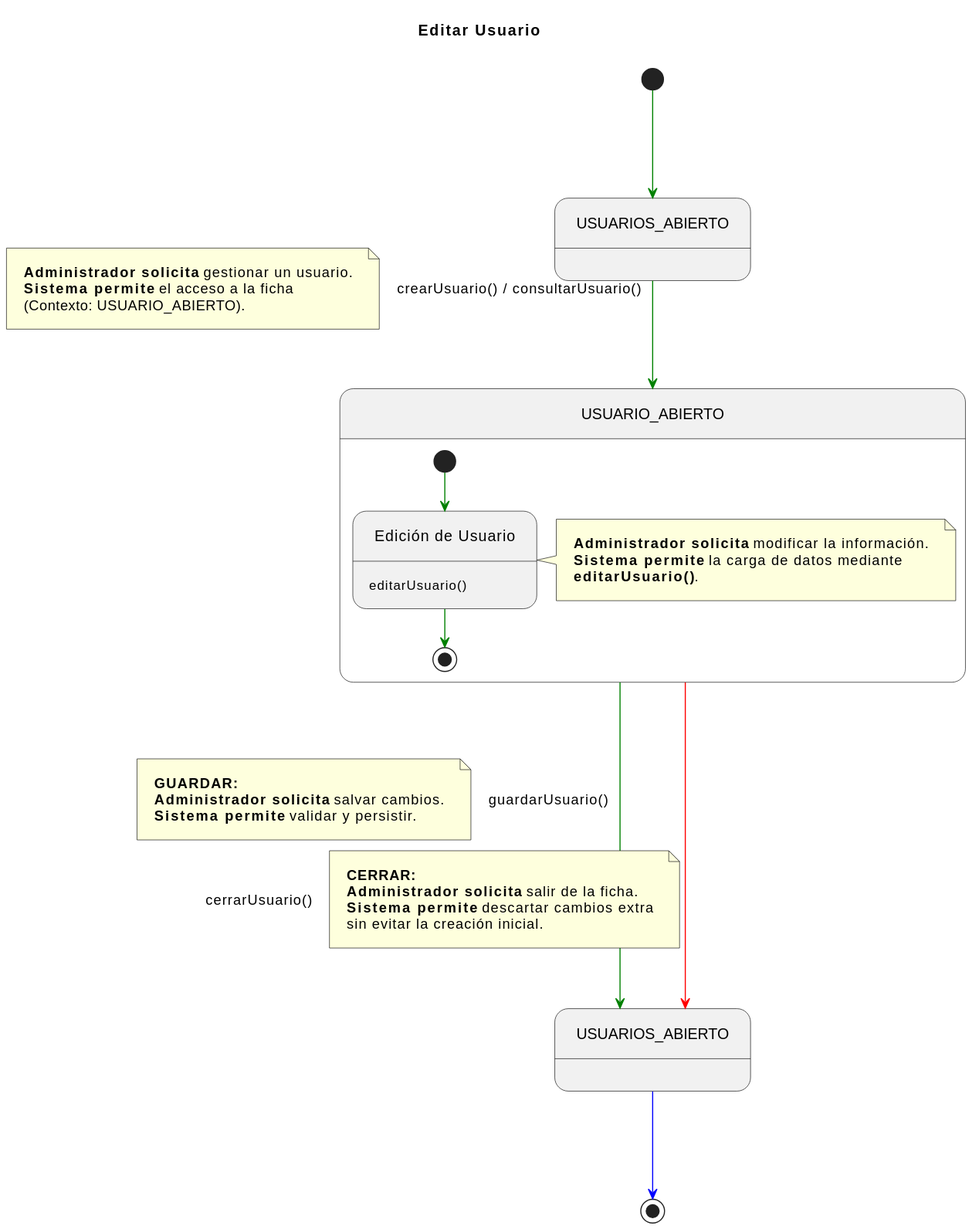
enmabry/25-26-IdSw1-SdR keeps this PlantUML diagram as documents/CasosDeUso/DetalladoCasosDeUso/Administrador/editarUsuario.svg. Above is the earlier version.
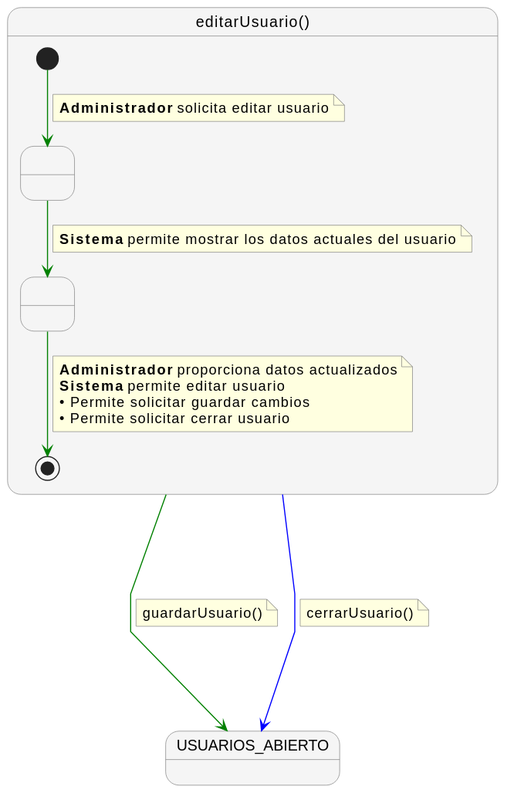
After the commit.

Commit message:
Se actualizaron, los casos de uso de administrador.

What changed in the source:
```diff
@@ -1,54 +1,46 @@
 @startuml
-title Editar Usuario
+skinparam nodesep 60
+skinparam ranksep 60
+skinparam linetype polyline
+skinparam NoteBackgroundColor lightyellow
+skinparam NoteBorderColor gray
+skinparam StateBackgroundColor #F5F5F5
+skinparam StateBorderColor gray
 
-skinparam nodesep 100
-skinparam ranksep 100
-skinparam linetype ortho
-skinparam Padding 10
+state "editarUsuario()" as editarUsuario {
 
-state USUARIOS_ABIERTO_LISTADO    as "USUARIOS_ABIERTO"
-state USUARIO_ABIERTO_COMP        as "USUARIO_ABIERTO"
-state USUARIOS_ABIERTO_FINAL      as "USUARIOS_ABIERTO"
+    state " " as Paso1
+    state " " as Paso2
 
-[*] -[#green]-> USUARIOS_ABIERTO_LISTADO
+    [*] -[#green]-> Paso1
+    note on link
+      <b>Administrador</b> solicita editar usuario
+    end note
 
-USUARIOS_ABIERTO_LISTADO -[#green]-> USUARIO_ABIERTO_COMP : crearUsuario() / consultarUsuario()
-note left on link
-    <b>Administrador solicita</b> gestionar un usuario.
-    <b>Sistema permite</b> el acceso a la ficha
-    (Contexto: USUARIO_ABIERTO).
+    Paso1 -[#green]-> Paso2
+    note on link
+      <b>Sistema</b> permite mostrar los datos actuales del usuario
+    end note
+
+    Paso2 -[#green]-> [*]
+    note on link
+      <b>Administrador</b> proporciona datos actualizados
+      <b>Sistema</b> permite editar usuario
+      • Permite solicitar guardar cambios
+      • Permite solicitar cerrar usuario
+    end note
+}
+
+
+state "USUARIOS_ABIERTO" as USUARIOS_ABIERTO
+
+editarUsuario -[#green]---> USUARIOS_ABIERTO
+note right on link
+  guardarUsuario()
 end note
 
-state USUARIO_ABIERTO_COMP {
-    state ModificacionDatos as "Edición de Usuario"
-
-    ModificacionDatos : editarUsuario()
-
-    [*] -[#green]-> ModificacionDatos
-
-    note right of ModificacionDatos
-        <b>Administrador solicita</b> modificar la información.
-        <b>Sistema permite</b> la carga de datos mediante
-        **editarUsuario()**.
-    end note
-
-    ModificacionDatos -[#green]-> [*]
-}
-
-USUARIO_ABIERTO_COMP -[#green]---> USUARIOS_ABIERTO_FINAL : guardarUsuario()
-note left on link
-    <b>GUARDAR:</b>
-    <b>Administrador solicita</b> salvar cambios.
-    <b>Sistema permite</b> validar y persistir.
+editarUsuario -[#blue]---> USUARIOS_ABIERTO
+note right on link
+  cerrarUsuario()
 end note
-
-USUARIO_ABIERTO_COMP -[#red]---> USUARIOS_ABIERTO_FINAL : cerrarUsuario()
-note right on link
-    <b>CERRAR:</b>
-    <b>Administrador solicita</b> salir de la ficha.
-    <b>Sistema permite</b> descartar cambios extra
-    sin evitar la creación inicial.
-end note
-
-USUARIOS_ABIERTO_FINAL -[#blue]-> [*]
 @enduml
```
